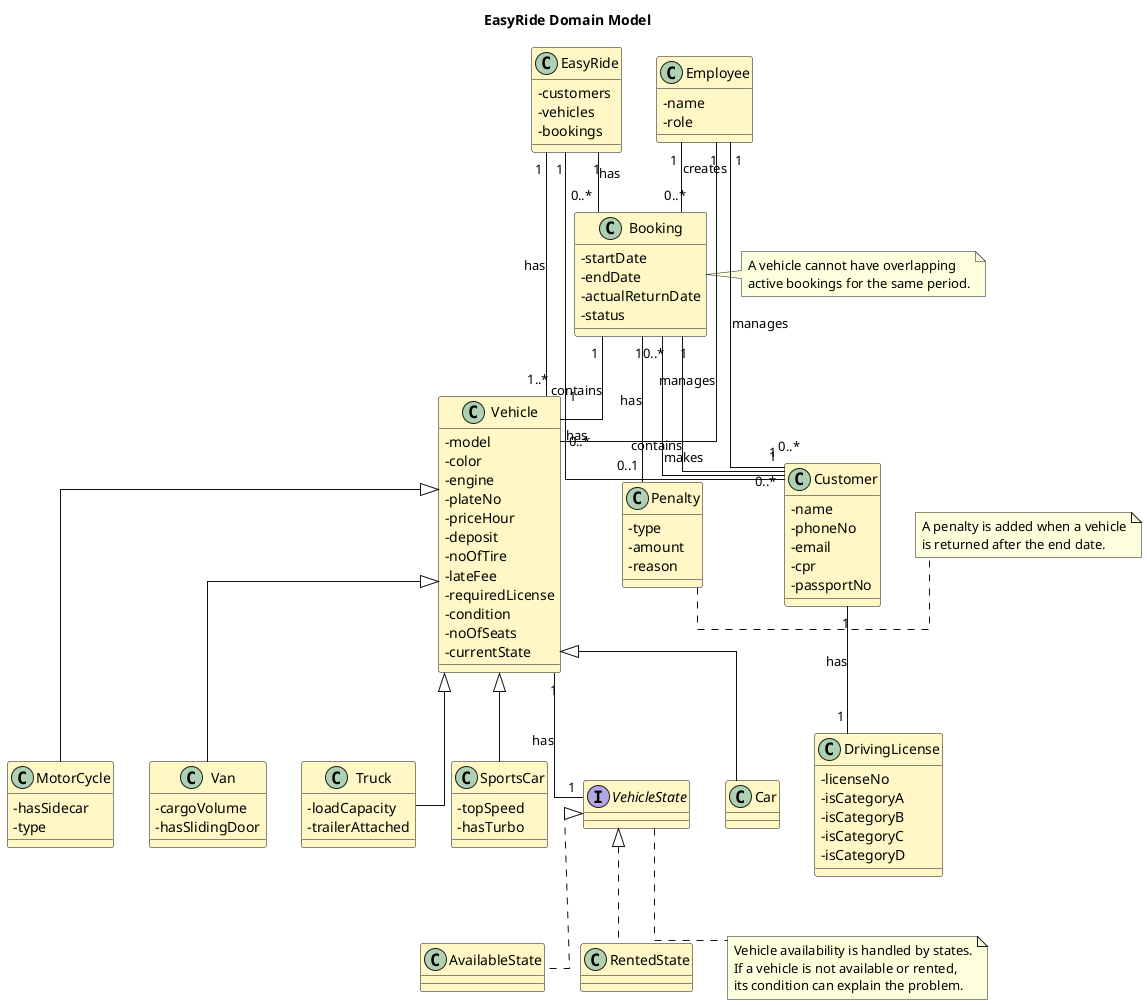
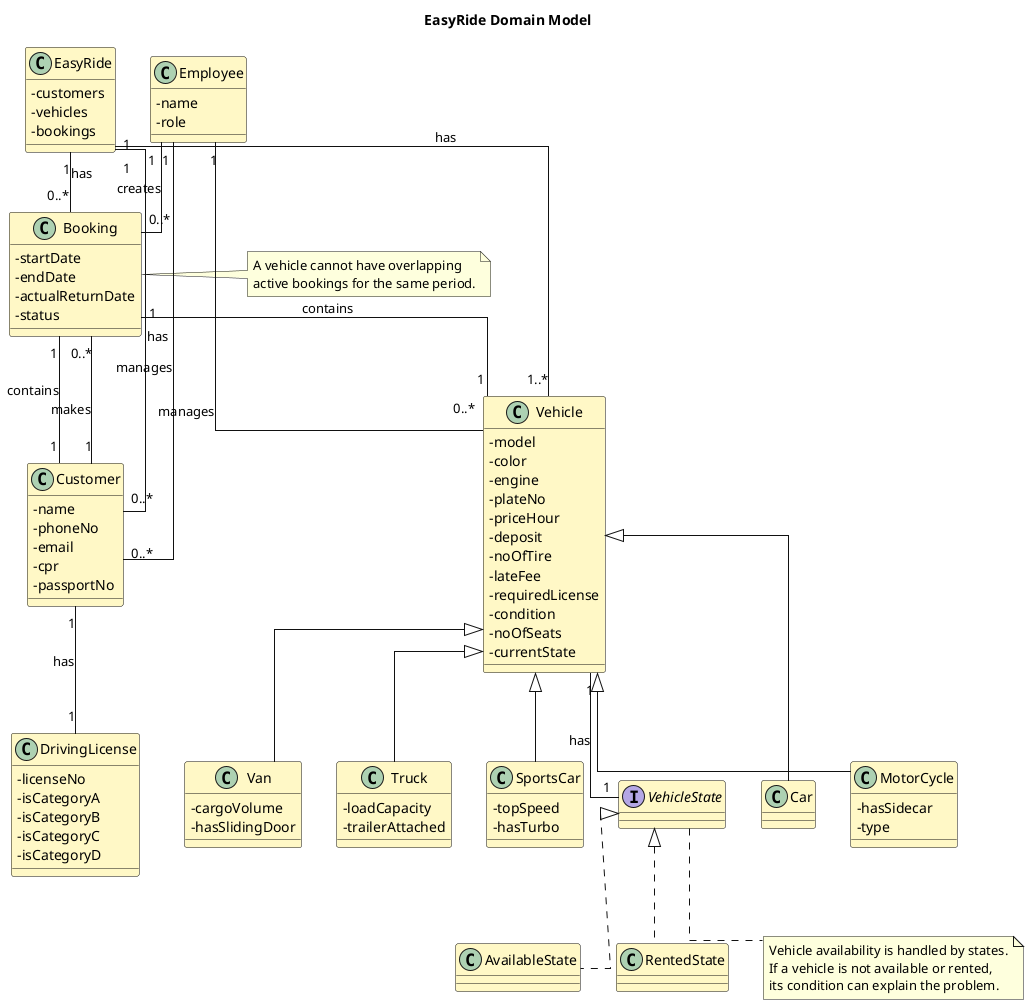
@startuml EasyRide_Domain_Model

title EasyRide Domain Model

skinparam classAttributeIconSize 0
skinparam shadowing false
skinparam linetype ortho
skinparam class {
  BackgroundColor #FFF8C6
  BorderColor #111111
  ArrowColor #111111
}

class EasyRide {
  - customers
  - vehicles
  - bookings
}

class Employee {
  - name
  - role
}

class Customer {
  - name
  - phoneNo
  - email
  - cpr
  - passportNo
}

class DrivingLicense {
  - licenseNo
  - isCategoryA
  - isCategoryB
  - isCategoryC
  - isCategoryD
}

class Booking {
  - startDate
  - endDate
  - actualReturnDate
  - status
}

class Vehicle {
  - model
  - color
  - engine
  - plateNo
  - priceHour
  - deposit
  - noOfTire
  - lateFee
  - requiredLicense
  - condition
  - noOfSeats
  - currentState
}

- class Penalty {
-   - type
-   - amount
-   - reason
- }
- 
interface VehicleState

class AvailableState
class RentedState

class Car
class MotorCycle {
  - hasSidecar
  - type
}

class Van {
  - cargoVolume
  - hasSlidingDoor
}

class Truck {
  - loadCapacity
  - trailerAttached
}

class SportsCar {
  - topSpeed
  - hasTurbo
}

EasyRide "1" -- "0..*" Customer : has
EasyRide "1" -- "1..*" Vehicle : has
EasyRide "1" -- "0..*" Booking : has

Employee "1" -- "0..*" Customer : manages
Employee "1" -- "0..*" Vehicle : manages
Employee "1" -- "0..*" Booking : creates

Customer "1" -- "0..*" Booking : makes
Customer "1" -- "1" DrivingLicense : has

Booking "1" -- "1" Customer : contains
Booking "1" -- "1" Vehicle : contains
- Booking "1" -- "0..1" Penalty : has

Vehicle "1" -- "1" VehicleState : has

VehicleState <|.. AvailableState
VehicleState <|.. RentedState

Vehicle <|-- Car
Vehicle <|-- MotorCycle
Vehicle <|-- Van
Vehicle <|-- Truck
Vehicle <|-- SportsCar

note right of Booking
  A vehicle cannot have overlapping
  active bookings for the same period.
end note

note bottom of VehicleState
  Vehicle availability is handled by states.
  If a vehicle is not available or rented,
  its condition can explain the problem.
end note

- note right of Penalty
-   A penalty is added when a vehicle
-   is returned after the end date.
- end note
- 
@enduml
